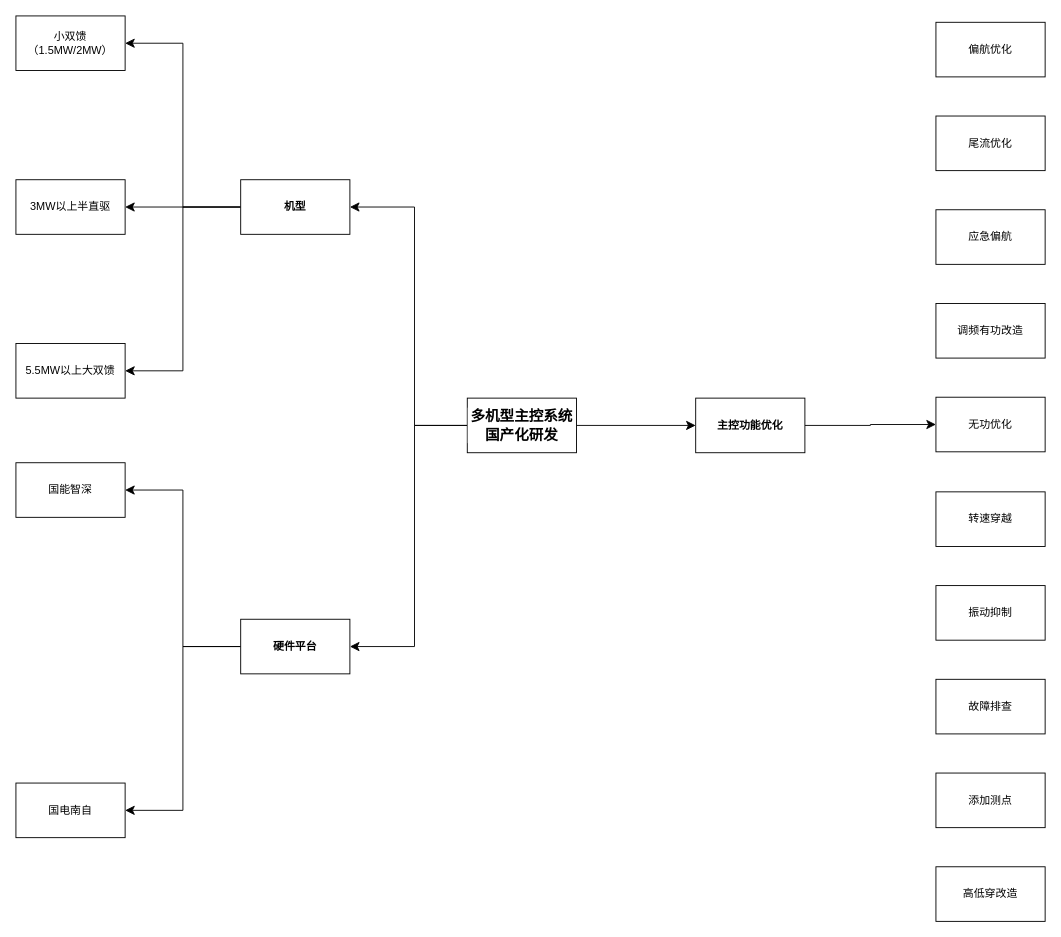
Earlier version of the draw.io diagram 多机型主控系统国产化研发.drawio (plrs8ta/drawio_files). Source tidied: cells renumbered, new cells numbered last; positions are measured from the earlier drawing's top-left corner, leaving out a move shared by most shapes. Both pictures are drawn from the tidied source at 91%, with x=0, y=0 at pixel (15, 15).
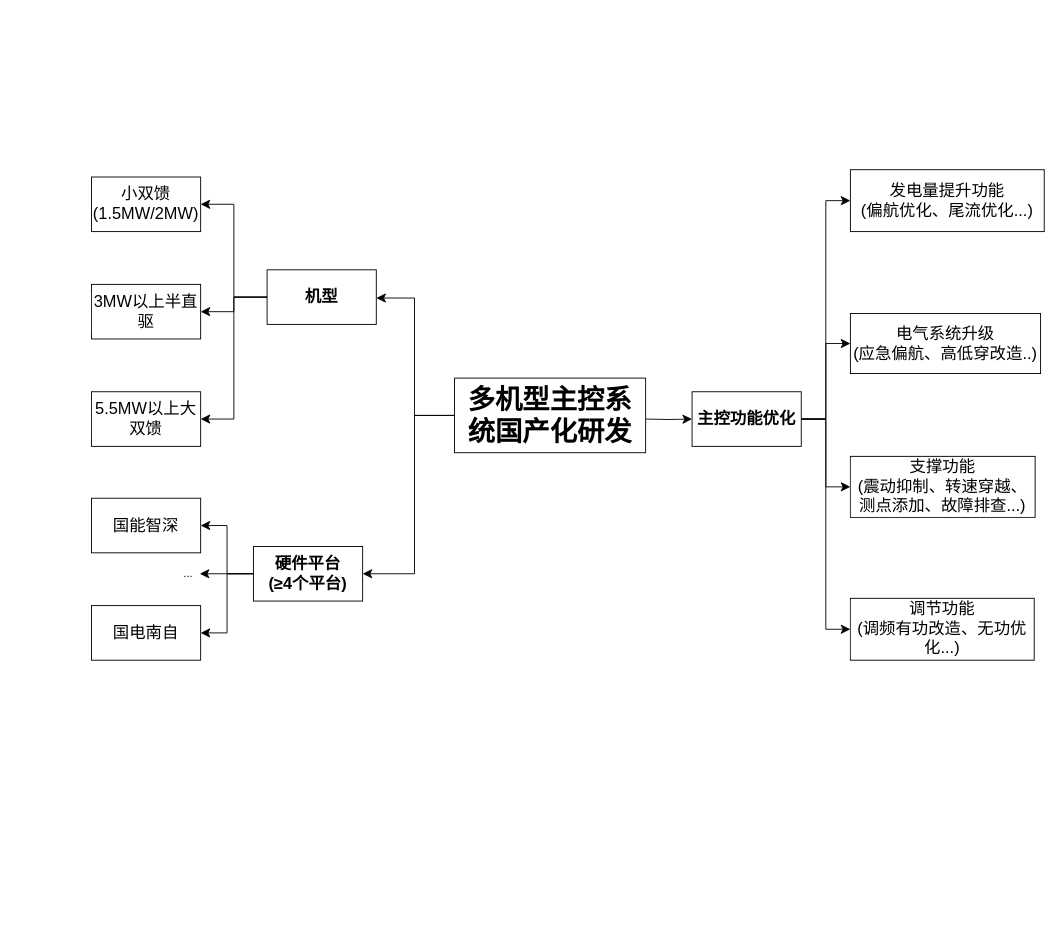
Above is the later version.

Commit message (it also covers changes not shown here):
更新多机型主控系统国产化研发.drawio

Change to the diagram source:
```diff
@@
     <mxCell id="2" style="edgeStyle=orthogonalEdgeStyle;shape=connector;rounded=0;jettySize=auto;html=1;shadow=0;strokeColor=default;align=center;verticalAlign=middle;fontFamily=Helvetica;fontSize=12;fontColor=default;labelBackgroundColor=default;startSize=8;endArrow=classic;endSize=8;flowAnimation=0;" parent="1" edge="1" source="5" target="9">
       <mxGeometry relative="1" as="geometry">
         <Array as="points">
-          <mxPoint x="438" y="450" />
-          <mxPoint x="438" y="210" />
+          <mxPoint x="438" y="439" />
+          <mxPoint x="438" y="310" />
         </Array>
       </mxGeometry>
     </mxCell>
+    <mxCell id="4" style="edgeStyle=orthogonalEdgeStyle;shape=connector;rounded=0;jettySize=auto;html=1;shadow=0;strokeColor=default;align=center;verticalAlign=middle;fontFamily=Helvetica;fontSize=12;fontColor=default;labelBackgroundColor=default;startSize=8;endArrow=classic;endSize=8;flowAnimation=0;" parent="1" edge="1" target="29">
+      <mxGeometry relative="1" as="geometry">
+        <mxPoint x="692" y="443" as="sourcePoint" />
+      </mxGeometry>
+    </mxCell>
     <mxCell id="3" style="edgeStyle=orthogonalEdgeStyle;shape=connector;rounded=0;jettySize=auto;html=1;entryX=1;entryY=0.5;entryDx=0;entryDy=0;shadow=0;strokeColor=default;align=center;verticalAlign=middle;fontFamily=Helvetica;fontSize=12;fontColor=default;labelBackgroundColor=default;startSize=8;endArrow=classic;endSize=8;flowAnimation=0;" parent="1" edge="1" source="5" target="15">
       <mxGeometry relative="1" as="geometry">
         <Array as="points">
-          <mxPoint x="438" y="450" />
-          <mxPoint x="438" y="693" />
+          <mxPoint x="438" y="439" />
+          <mxPoint x="438" y="613" />
         </Array>
       </mxGeometry>
     </mxCell>
-    <mxCell id="4" style="edgeStyle=orthogonalEdgeStyle;shape=connector;rounded=0;jettySize=auto;html=1;shadow=0;strokeColor=default;align=center;verticalAlign=middle;fontFamily=Helvetica;fontSize=12;fontColor=default;labelBackgroundColor=default;startSize=8;endArrow=classic;endSize=8;flowAnimation=0;" parent="1" edge="1" source="5" target="29">
-      <mxGeometry relative="1" as="geometry" />
-    </mxCell>
-    <mxCell id="5" value="多机型主控系统国产化研发" style="rounded=0;whiteSpace=wrap;html=1;fontFamily=Helvetica;fontSize=16;fontColor=default;labelBackgroundColor=default;fontStyle=1;" parent="1" vertex="1">
-      <mxGeometry x="496" y="420" width="120" height="60" as="geometry" />
+    <mxCell id="5" value="多机型主控系统国产化研发" style="rounded=0;whiteSpace=wrap;html=1;fontFamily=Helvetica;fontSize=30;fontColor=default;labelBackgroundColor=default;fontStyle=1;" parent="1" vertex="1">
+      <mxGeometry x="482" y="398" width="210" height="82" as="geometry" />
     </mxCell>
-    <mxCell id="6" style="edgeStyle=orthogonalEdgeStyle;shape=connector;rounded=0;jettySize=auto;html=1;shadow=0;strokeColor=default;align=center;verticalAlign=middle;fontFamily=Helvetica;fontSize=12;fontColor=default;labelBackgroundColor=default;startSize=8;endArrow=classic;endSize=8;flowAnimation=0;" parent="1" edge="1" source="9" target="11">
+    <mxCell id="6" style="edgeStyle=orthogonalEdgeStyle;shape=connector;rounded=0;jettySize=auto;html=1;shadow=0;strokeColor=default;align=center;verticalAlign=middle;fontFamily=Helvetica;fontSize=20;fontColor=default;labelBackgroundColor=default;startSize=8;endArrow=classic;endSize=8;flowAnimation=0;" parent="1" edge="1" source="9" target="11">
       <mxGeometry relative="1" as="geometry" />
     </mxCell>
-    <mxCell id="7" style="edgeStyle=orthogonalEdgeStyle;shape=connector;rounded=0;jettySize=auto;html=1;entryX=1;entryY=0.5;entryDx=0;entryDy=0;shadow=0;strokeColor=default;align=center;verticalAlign=middle;fontFamily=Helvetica;fontSize=12;fontColor=default;labelBackgroundColor=default;startSize=8;endArrow=classic;endSize=8;flowAnimation=0;" parent="1" edge="1" source="9" target="10">
+    <mxCell id="7" style="edgeStyle=orthogonalEdgeStyle;shape=connector;rounded=0;jettySize=auto;html=1;entryX=1;entryY=0.5;entryDx=0;entryDy=0;shadow=0;strokeColor=default;align=center;verticalAlign=middle;fontFamily=Helvetica;fontSize=20;fontColor=default;labelBackgroundColor=default;startSize=8;endArrow=classic;endSize=8;flowAnimation=0;" parent="1" edge="1" source="9" target="10">
       <mxGeometry relative="1" as="geometry" />
     </mxCell>
-    <mxCell id="8" style="edgeStyle=orthogonalEdgeStyle;shape=connector;rounded=0;jettySize=auto;html=1;entryX=1;entryY=0.5;entryDx=0;entryDy=0;shadow=0;strokeColor=default;align=center;verticalAlign=middle;fontFamily=Helvetica;fontSize=12;fontColor=default;labelBackgroundColor=default;startSize=8;endArrow=classic;endSize=8;flowAnimation=0;" parent="1" edge="1" source="9" target="12">
+    <mxCell id="8" style="edgeStyle=orthogonalEdgeStyle;shape=connector;rounded=0;jettySize=auto;html=1;entryX=1;entryY=0.5;entryDx=0;entryDy=0;shadow=0;strokeColor=default;align=center;verticalAlign=middle;fontFamily=Helvetica;fontSize=20;fontColor=default;labelBackgroundColor=default;startSize=8;endArrow=classic;endSize=8;flowAnimation=0;" parent="1" edge="1" source="9" target="12">
       <mxGeometry relative="1" as="geometry" />
     </mxCell>
-    <mxCell id="9" value="机型" style="rounded=0;whiteSpace=wrap;html=1;fontFamily=Helvetica;fontSize=12;fontColor=default;labelBackgroundColor=default;fontStyle=1;" parent="1" vertex="1">
-      <mxGeometry x="247" y="180" width="120" height="60" as="geometry" />
+    <mxCell id="9" value="机型" style="rounded=0;whiteSpace=wrap;html=1;fontFamily=Helvetica;fontSize=18;fontColor=default;labelBackgroundColor=default;fontStyle=1;" parent="1" vertex="1">
+      <mxGeometry x="276" y="279" width="120" height="60" as="geometry" />
     </mxCell>
-    <mxCell id="10" value="小双馈&lt;div&gt;（1.5MW/2MW）&lt;/div&gt;" style="rounded=0;whiteSpace=wrap;html=1;fontFamily=Helvetica;fontSize=12;fontColor=default;labelBackgroundColor=default;" parent="1" vertex="1">
-      <mxGeometry width="120" height="60" as="geometry" />
+    <mxCell id="10" value="小双馈&lt;div&gt;(1.5MW/2MW)&lt;/div&gt;" style="rounded=0;whiteSpace=wrap;html=1;fontFamily=Helvetica;fontSize=18;fontColor=default;labelBackgroundColor=default;" parent="1" vertex="1">
+      <mxGeometry x="83" y="177" width="120" height="60" as="geometry" />
     </mxCell>
-    <mxCell id="11" value="3MW以上半直驱" style="rounded=0;whiteSpace=wrap;html=1;fontFamily=Helvetica;fontSize=12;fontColor=default;labelBackgroundColor=default;" parent="1" vertex="1">
-      <mxGeometry y="180" width="120" height="60" as="geometry" />
+    <mxCell id="11" value="3MW以上半直驱" style="rounded=0;whiteSpace=wrap;html=1;fontFamily=Helvetica;fontSize=18;fontColor=default;labelBackgroundColor=default;" parent="1" vertex="1">
+      <mxGeometry x="83" y="295" width="120" height="60" as="geometry" />
     </mxCell>
-    <mxCell id="12" value="5.5MW以上大双馈" style="rounded=0;whiteSpace=wrap;html=1;fontFamily=Helvetica;fontSize=12;fontColor=default;labelBackgroundColor=default;" parent="1" vertex="1">
-      <mxGeometry y="360" width="120" height="60" as="geometry" />
+    <mxCell id="12" value="5.5MW以上大双馈" style="rounded=0;whiteSpace=wrap;html=1;fontFamily=Helvetica;fontSize=18;fontColor=default;labelBackgroundColor=default;" parent="1" vertex="1">
+      <mxGeometry x="83" y="413" width="120" height="60" as="geometry" />
     </mxCell>
-    <mxCell id="13" style="edgeStyle=orthogonalEdgeStyle;shape=connector;rounded=0;jettySize=auto;html=1;entryX=1;entryY=0.5;entryDx=0;entryDy=0;shadow=0;strokeColor=default;align=center;verticalAlign=middle;fontFamily=Helvetica;fontSize=12;fontColor=default;labelBackgroundColor=default;startSize=8;endArrow=classic;endSize=8;flowAnimation=0;" parent="1" edge="1" source="15" target="26">
+    <mxCell id="13" style="edgeStyle=orthogonalEdgeStyle;shape=connector;rounded=0;jettySize=auto;html=1;entryX=1;entryY=0.5;entryDx=0;entryDy=0;shadow=0;strokeColor=default;align=center;verticalAlign=middle;fontFamily=Helvetica;fontSize=20;fontColor=default;labelBackgroundColor=default;startSize=8;endArrow=classic;endSize=8;flowAnimation=0;" parent="1" edge="1" source="15" target="26">
       <mxGeometry relative="1" as="geometry" />
     </mxCell>
@@
+    <mxCell id="30" style="edgeStyle=orthogonalEdgeStyle;shape=connector;rounded=0;jettySize=auto;html=1;shadow=0;strokeColor=default;align=center;verticalAlign=middle;fontFamily=Helvetica;fontSize=12;fontColor=default;labelBackgroundColor=default;startSize=8;endArrow=classic;endSize=8;flowAnimation=0;" parent="1" edge="1" source="15">
+      <mxGeometry relative="1" as="geometry">
+        <mxPoint x="202" y="613" as="targetPoint" />
+      </mxGeometry>
+    </mxCell>
-    <mxCell id="15" value="硬件平台" style="rounded=0;whiteSpace=wrap;html=1;fontFamily=Helvetica;fontSize=12;fontColor=default;labelBackgroundColor=default;fontStyle=1;" parent="1" vertex="1">
-      <mxGeometry x="247" y="663" width="120" height="60" as="geometry" />
+    <mxCell id="15" value="硬件平台&lt;div&gt;(≥4个平台)&lt;/div&gt;" style="rounded=0;whiteSpace=wrap;html=1;fontFamily=Helvetica;fontSize=18;fontColor=default;labelBackgroundColor=default;fontStyle=1;" parent="1" vertex="1">
+      <mxGeometry x="261" y="583" width="120" height="60" as="geometry" />
     </mxCell>
-    <mxCell id="16" value="偏航优化" style="rounded=0;whiteSpace=wrap;html=1;fontFamily=Helvetica;fontSize=12;fontColor=default;labelBackgroundColor=default;" parent="1" vertex="1">
-      <mxGeometry x="1011" y="7" width="120" height="60" as="geometry" />
-    </mxCell>
-    <mxCell id="17" value="尾流优化" style="rounded=0;whiteSpace=wrap;html=1;fontFamily=Helvetica;fontSize=12;fontColor=default;labelBackgroundColor=default;" parent="1" vertex="1">
-      <mxGeometry x="1011" y="110" width="120" height="60" as="geometry" />
-    </mxCell>
-    <mxCell id="18" value="应急偏航" style="rounded=0;whiteSpace=wrap;html=1;fontFamily=Helvetica;fontSize=12;fontColor=default;labelBackgroundColor=default;" parent="1" vertex="1">
-      <mxGeometry x="1011" y="213" width="120" height="60" as="geometry" />
-    </mxCell>
-    <mxCell id="19" value="调频有功改造" style="rounded=0;whiteSpace=wrap;html=1;fontFamily=Helvetica;fontSize=12;fontColor=default;labelBackgroundColor=default;" parent="1" vertex="1">
-      <mxGeometry x="1011" y="316" width="120" height="60" as="geometry" />
-    </mxCell>
-    <mxCell id="20" value="无功优化" style="rounded=0;whiteSpace=wrap;html=1;fontFamily=Helvetica;fontSize=12;fontColor=default;labelBackgroundColor=default;" parent="1" vertex="1">
-      <mxGeometry x="1011" y="419" width="120" height="60" as="geometry" />
-    </mxCell>
-    <mxCell id="21" value="转速穿越" style="rounded=0;whiteSpace=wrap;html=1;fontFamily=Helvetica;fontSize=12;fontColor=default;labelBackgroundColor=default;" parent="1" vertex="1">
-      <mxGeometry x="1011" y="523" width="120" height="60" as="geometry" />
-    </mxCell>
-    <mxCell id="22" value="振动抑制" style="rounded=0;whiteSpace=wrap;html=1;fontFamily=Helvetica;fontSize=12;fontColor=default;labelBackgroundColor=default;" parent="1" vertex="1">
-      <mxGeometry x="1011" y="626" width="120" height="60" as="geometry" />
-    </mxCell>
-    <mxCell id="23" value="故障排查" style="rounded=0;whiteSpace=wrap;html=1;fontFamily=Helvetica;fontSize=12;fontColor=default;labelBackgroundColor=default;" parent="1" vertex="1">
-      <mxGeometry x="1011" y="729" width="120" height="60" as="geometry" />
-    </mxCell>
-    <mxCell id="24" value="添加测点" style="rounded=0;whiteSpace=wrap;html=1;fontFamily=Helvetica;fontSize=12;fontColor=default;labelBackgroundColor=default;" parent="1" vertex="1">
-      <mxGeometry x="1011" y="832" width="120" height="60" as="geometry" />
-    </mxCell>
-    <mxCell id="25" value="高低穿改造" style="rounded=0;whiteSpace=wrap;html=1;fontFamily=Helvetica;fontSize=12;fontColor=default;labelBackgroundColor=default;" parent="1" vertex="1">
-      <mxGeometry x="1011" y="935" width="120" height="60" as="geometry" />
-    </mxCell>
-    <mxCell id="26" value="国能智深" style="rounded=0;whiteSpace=wrap;html=1;fontFamily=Helvetica;fontSize=12;fontColor=default;labelBackgroundColor=default;" parent="1" vertex="1">
-      <mxGeometry y="491" width="120" height="60" as="geometry" />
+    <mxCell id="26" value="国能智深" style="rounded=0;whiteSpace=wrap;html=1;fontFamily=Helvetica;fontSize=18;fontColor=default;labelBackgroundColor=default;" parent="1" vertex="1">
+      <mxGeometry x="83" y="530" width="120" height="60" as="geometry" />
     </mxCell>
+    <mxCell id="31" style="edgeStyle=orthogonalEdgeStyle;shape=connector;rounded=0;jettySize=auto;html=1;entryX=0;entryY=0.5;entryDx=0;entryDy=0;shadow=0;strokeColor=default;align=center;verticalAlign=middle;fontFamily=Helvetica;fontSize=18;fontColor=default;labelBackgroundColor=default;startSize=8;endArrow=classic;endSize=8;flowAnimation=0;" parent="1" edge="1" source="29" target="35">
+      <mxGeometry relative="1" as="geometry" />
+    </mxCell>
+    <mxCell id="32" style="edgeStyle=orthogonalEdgeStyle;shape=connector;rounded=0;jettySize=auto;html=1;entryX=0;entryY=0.5;entryDx=0;entryDy=0;shadow=0;strokeColor=default;align=center;verticalAlign=middle;fontFamily=Helvetica;fontSize=18;fontColor=default;labelBackgroundColor=default;startSize=8;endArrow=classic;endSize=8;flowAnimation=0;" parent="1" edge="1" source="29" target="36">
+      <mxGeometry relative="1" as="geometry" />
+    </mxCell>
+    <mxCell id="33" style="edgeStyle=orthogonalEdgeStyle;shape=connector;rounded=0;jettySize=auto;html=1;entryX=0;entryY=0.5;entryDx=0;entryDy=0;shadow=0;strokeColor=default;align=center;verticalAlign=middle;fontFamily=Helvetica;fontSize=18;fontColor=default;labelBackgroundColor=default;startSize=8;endArrow=classic;endSize=8;flowAnimation=0;" parent="1" edge="1" source="29" target="37">
+      <mxGeometry relative="1" as="geometry" />
+    </mxCell>
+    <mxCell id="34" style="edgeStyle=orthogonalEdgeStyle;shape=connector;rounded=0;jettySize=auto;html=1;entryX=0;entryY=0.5;entryDx=0;entryDy=0;shadow=0;strokeColor=default;align=center;verticalAlign=middle;fontFamily=Helvetica;fontSize=18;fontColor=default;labelBackgroundColor=default;startSize=8;endArrow=classic;endSize=8;flowAnimation=0;" parent="1" edge="1" source="29" target="38">
+      <mxGeometry relative="1" as="geometry" />
+    </mxCell>
+    <mxCell id="29" value="主控功能优化" style="rounded=0;whiteSpace=wrap;html=1;fontFamily=Helvetica;fontSize=18;fontColor=default;labelBackgroundColor=default;fontStyle=1;" parent="1" vertex="1">
+      <mxGeometry x="743" y="413" width="120" height="60" as="geometry" />
+    </mxCell>
-    <mxCell id="27" value="国电南自" style="rounded=0;whiteSpace=wrap;html=1;fontFamily=Helvetica;fontSize=12;fontColor=default;labelBackgroundColor=default;" parent="1" vertex="1">
-      <mxGeometry y="843" width="120" height="60" as="geometry" />
+    <mxCell id="27" value="国电南自" style="rounded=0;whiteSpace=wrap;html=1;fontFamily=Helvetica;fontSize=18;fontColor=default;labelBackgroundColor=default;" parent="1" vertex="1">
+      <mxGeometry x="83" y="648" width="120" height="60" as="geometry" />
     </mxCell>
-    <mxCell id="28" style="edgeStyle=orthogonalEdgeStyle;shape=connector;rounded=0;jettySize=auto;html=1;shadow=0;strokeColor=default;align=center;verticalAlign=middle;fontFamily=Helvetica;fontSize=12;fontColor=default;labelBackgroundColor=default;startSize=8;endArrow=classic;endSize=8;flowAnimation=0;" parent="1" edge="1" source="29" target="20">
-      <mxGeometry relative="1" as="geometry" />
-    </mxCell>
-    <mxCell id="29" value="主控功能优化" style="rounded=0;whiteSpace=wrap;html=1;fontFamily=Helvetica;fontSize=12;fontColor=default;labelBackgroundColor=default;fontStyle=1;" parent="1" vertex="1">
-      <mxGeometry x="747" y="420" width="120" height="60" as="geometry" />
-    </mxCell>
+    <mxCell id="35" value="发电量提升功能&lt;div&gt;(偏航优化、尾流优化...)&lt;/div&gt;" style="whiteSpace=wrap;html=1;fontFamily=Helvetica;fontSize=18;fontColor=default;labelBackgroundColor=default;" parent="1" vertex="1">
+      <mxGeometry x="917" y="169" width="213" height="68" as="geometry" />
+    </mxCell>
+    <mxCell id="36" value="电气系统升级&lt;br&gt;&lt;div&gt;(应急偏航、高低穿改造..)&lt;/div&gt;" style="whiteSpace=wrap;html=1;fontFamily=Helvetica;fontSize=18;fontColor=default;labelBackgroundColor=default;" parent="1" vertex="1">
+      <mxGeometry x="917" y="327" width="209" height="66" as="geometry" />
+    </mxCell>
+    <mxCell id="37" value="支撑功能&lt;div&gt;(震动抑制、转速穿越、测点添加、故障排查...)&lt;/div&gt;" style="whiteSpace=wrap;html=1;fontFamily=Helvetica;fontSize=18;fontColor=default;labelBackgroundColor=default;" parent="1" vertex="1">
+      <mxGeometry x="917" y="484" width="203" height="67" as="geometry" />
+    </mxCell>
+    <mxCell id="38" value="调节功能&lt;div&gt;(调频有功改造、无功优化...)&lt;/div&gt;" style="whiteSpace=wrap;html=1;fontFamily=Helvetica;fontSize=18;fontColor=default;labelBackgroundColor=default;" parent="1" vertex="1">
+      <mxGeometry x="917" y="640" width="202" height="68" as="geometry" />
+    </mxCell>
+    <mxCell id="39" value="..." style="text;html=1;align=center;verticalAlign=middle;strokeColor=none;fillColor=none;fontSize=12;fontFamily=Helvetica;fontColor=default;labelBackgroundColor=default;" parent="1" vertex="1">
+      <mxGeometry x="175" y="600" width="28" height="26" as="geometry" />
+    </mxCell>
```
